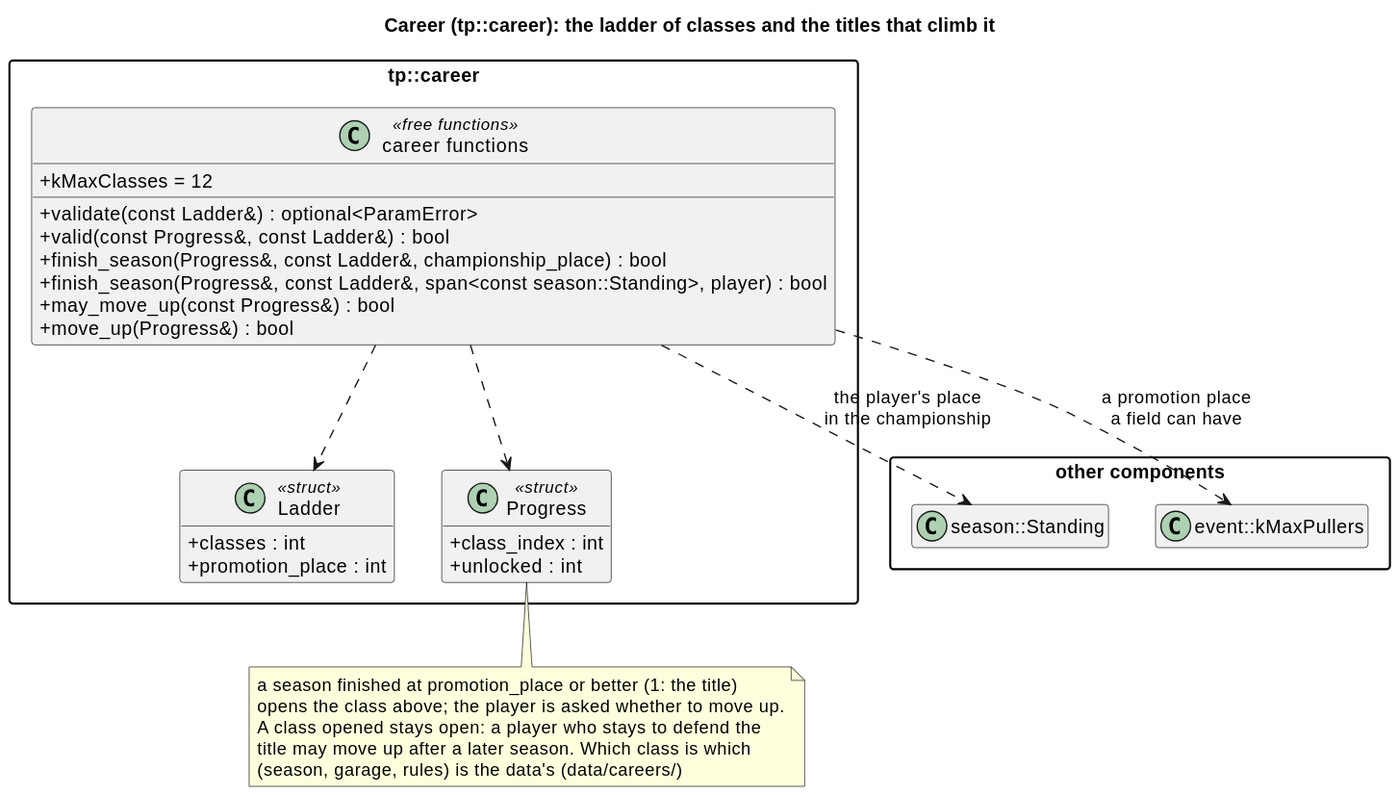
The PlantUML diagram docs/diagrams/svg/career_classes.svg in wversteeg/TractorPulling, before a commit.
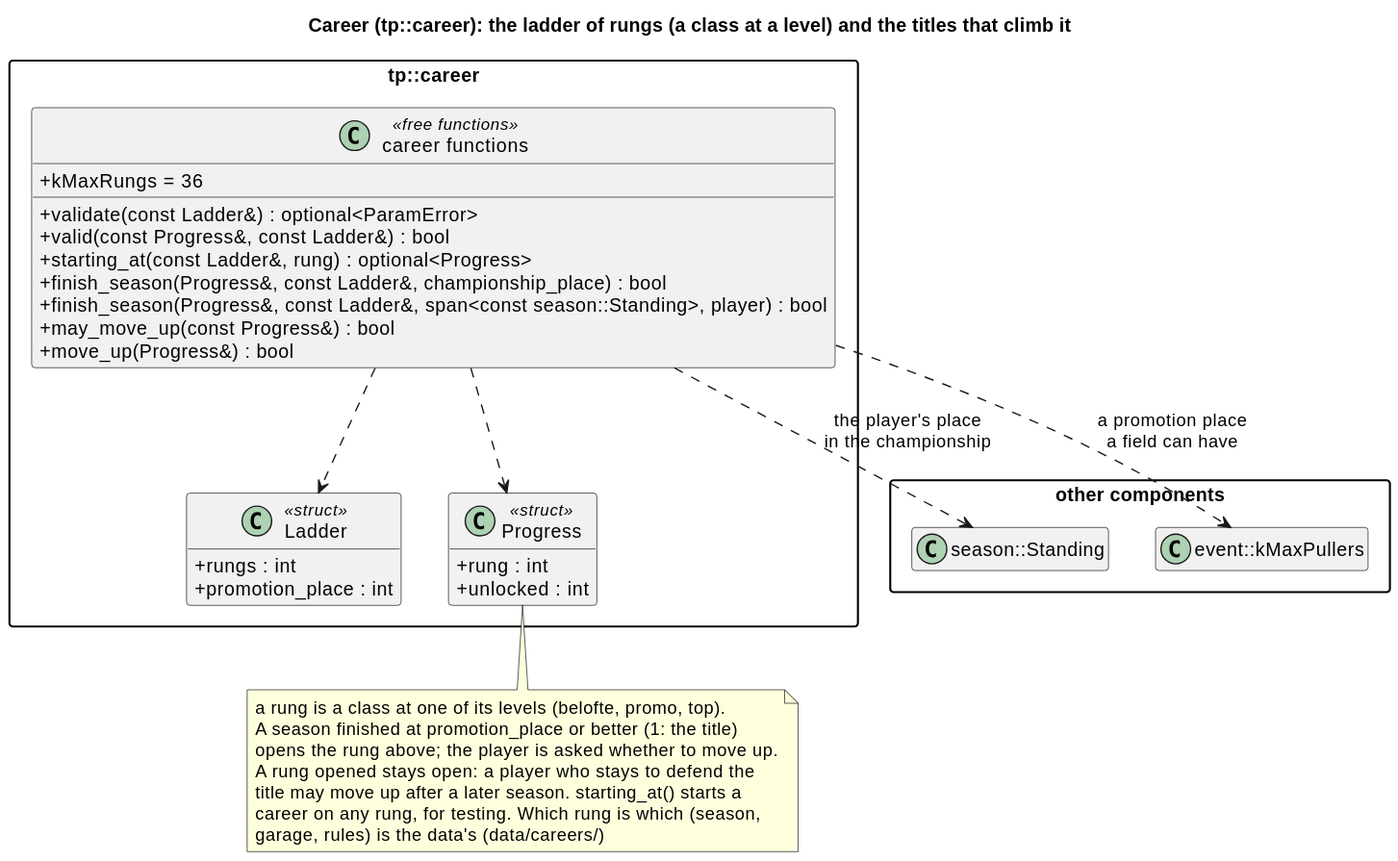
The same file after the commit.

What changed in the source:
```diff
@@ -1,5 +1,5 @@
 @startuml
-title Career (tp::career): the ladder of classes and the titles that climb it
+title Career (tp::career): the ladder of rungs (a class at a level) and the titles that climb it
 hide empty members
 skinparam packageStyle rectangle
 skinparam classAttributeIconSize 0
@@ -11,17 +11,18 @@
 
 package "tp::career" {
   class Ladder <<struct>> {
-    +classes : int
+    +rungs : int
     +promotion_place : int
   }
   class Progress <<struct>> {
-    +class_index : int
+    +rung : int
     +unlocked : int
   }
   class "career functions" as CareerFns <<free functions>> {
-    +kMaxClasses = 12
+    +kMaxRungs = 36
     +validate(const Ladder&) : optional<ParamError>
     +valid(const Progress&, const Ladder&) : bool
+    +starting_at(const Ladder&, rung) : optional<Progress>
     +finish_season(Progress&, const Ladder&, championship_place) : bool
     +finish_season(Progress&, const Ladder&, span<const season::Standing>, player) : bool
     +may_move_up(const Progress&) : bool
@@ -33,10 +34,12 @@
 CareerFns ..> SeasonStanding : the player's place\nin the championship
 CareerFns ..> MaxPullers : a promotion place\na field can have
 note bottom of Progress
-  a season finished at promotion_place or better (1: the title)
-  opens the class above; the player is asked whether to move up.
-  A class opened stays open: a player who stays to defend the
-  title may move up after a later season. Which class is which
-  (season, garage, rules) is the data's (data/careers/)
+  a rung is a class at one of its levels (belofte, promo, top).
+  A season finished at promotion_place or better (1: the title)
+  opens the rung above; the player is asked whether to move up.
+  A rung opened stays open: a player who stays to defend the
+  title may move up after a later season. starting_at() starts a
+  career on any rung, for testing. Which rung is which (season,
+  garage, rules) is the data's (data/careers/)
 end note
 @enduml
```
